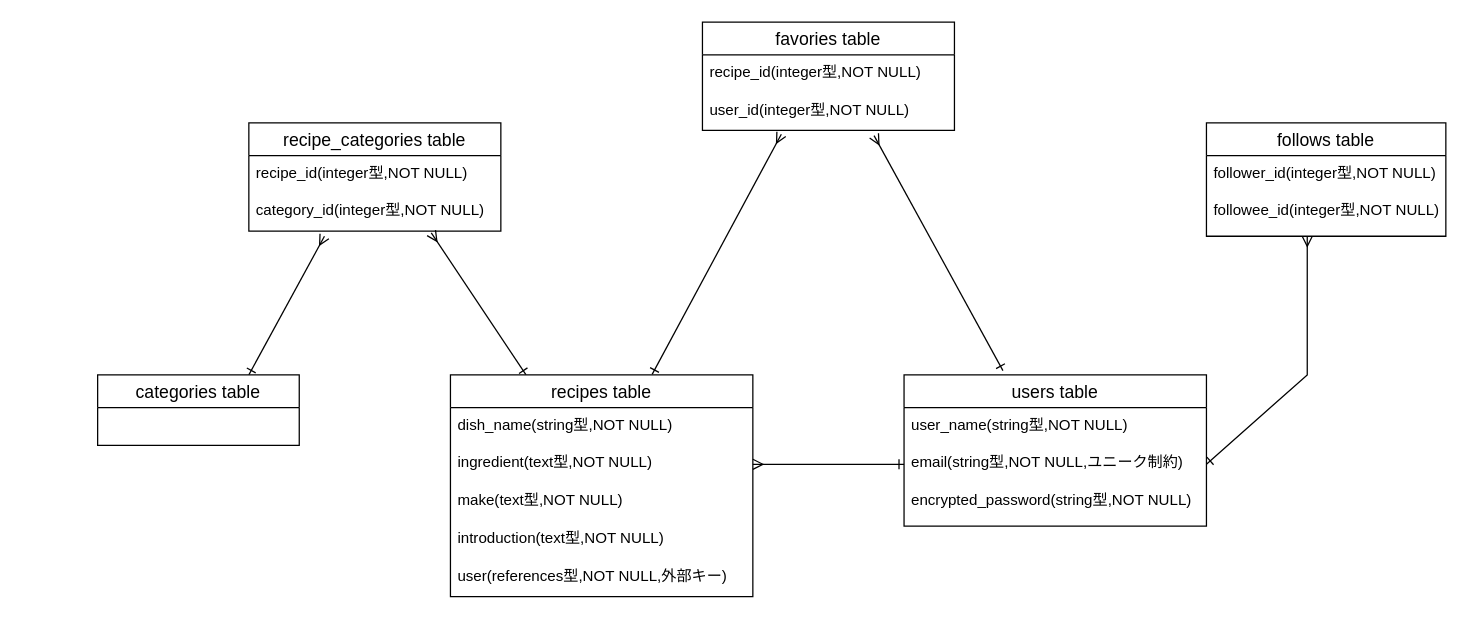
yyhoshino/babyfoodrecipe keeps this draw.io diagram as babyfoodrecipe.dio. Above is the earlier version. Source tidied: cells renumbered, new cells numbered last; positions are measured from the earlier drawing's top-left corner, leaving out a move shared by most shapes. Both pictures are drawn from the tidied source at 126%, with x=0, y=0 at pixel (97, 21).
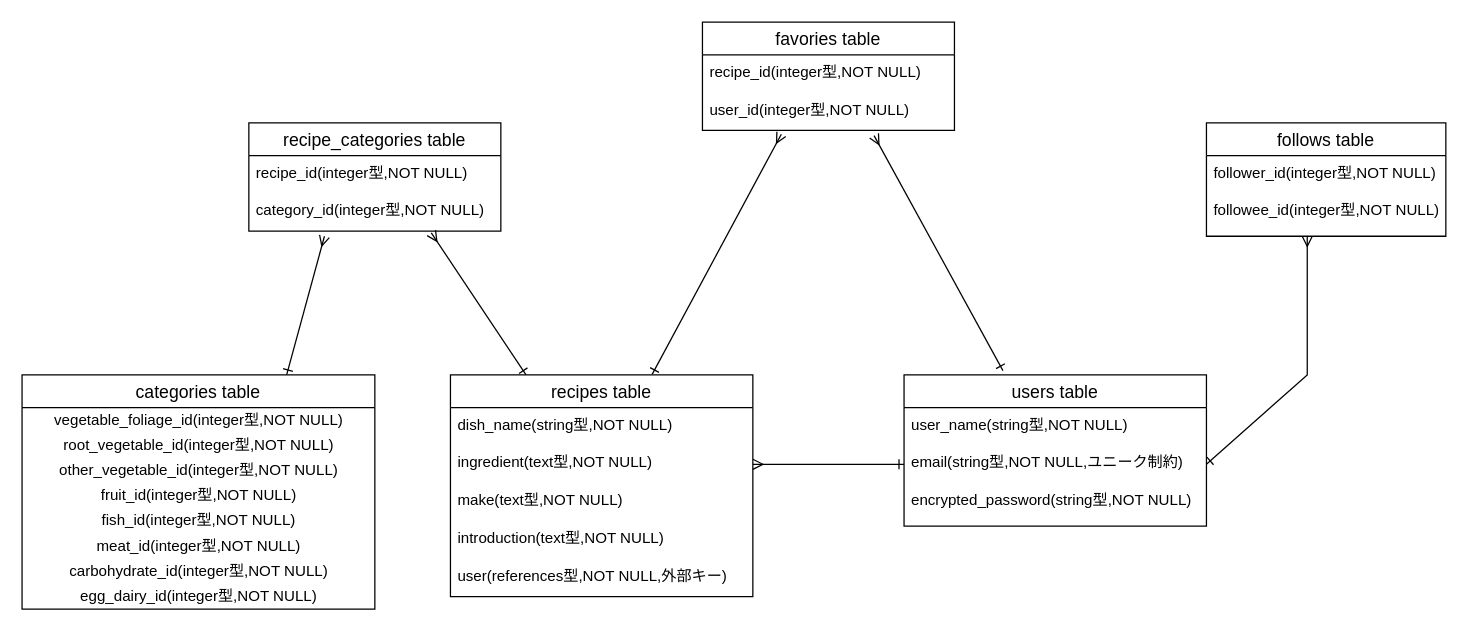
The same page after the edit.

Commit message (it also covers changes not shown here):
ER図、READMEの修正

Diff of the diagram source:
```diff
@@
     <mxCell id="25" value="categories table" style="swimlane;fontStyle=0;horizontal=1;startSize=26;align=center;fontSize=14;" parent="1" vertex="1">
-      <mxGeometry y="280" width="160" height="56" as="geometry" />
+      <mxGeometry x="-60" y="280" width="280" height="186" as="geometry" />
     </mxCell>
+    <mxCell id="28" value="vegetable_foliage_id(integer型,NOT NULL)" style="text;html=1;align=center;verticalAlign=middle;strokeColor=none;fillColor=none;" parent="25" vertex="1">
+      <mxGeometry y="26" width="280" height="20" as="geometry" />
+    </mxCell>
+    <mxCell id="29" value="root_vegetable_id(integer型,NOT NULL)" style="text;html=1;align=center;verticalAlign=middle;strokeColor=none;fillColor=none;" parent="25" vertex="1">
+      <mxGeometry y="46" width="280" height="20" as="geometry" />
+    </mxCell>
+    <mxCell id="30" value="other_vegetable_id(integer型,NOT NULL)" style="text;html=1;align=center;verticalAlign=middle;strokeColor=none;fillColor=none;" parent="25" vertex="1">
+      <mxGeometry y="66" width="280" height="20" as="geometry" />
+    </mxCell>
+    <mxCell id="31" value="fruit_id(integer型,NOT NULL)" style="text;html=1;align=center;verticalAlign=middle;strokeColor=none;fillColor=none;" parent="25" vertex="1">
+      <mxGeometry y="86" width="280" height="20" as="geometry" />
+    </mxCell>
+    <mxCell id="32" value="fish_id(integer型,NOT NULL)" style="text;html=1;align=center;verticalAlign=middle;strokeColor=none;fillColor=none;" parent="25" vertex="1">
+      <mxGeometry y="106" width="280" height="20" as="geometry" />
+    </mxCell>
+    <mxCell id="33" value="meat_id(integer型,NOT NULL)" style="text;html=1;align=center;verticalAlign=middle;strokeColor=none;fillColor=none;" parent="25" vertex="1">
+      <mxGeometry y="126" width="280" height="20" as="geometry" />
+    </mxCell>
+    <mxCell id="34" value="carbohydrate_id(integer型,NOT NULL)" style="text;html=1;align=center;verticalAlign=middle;strokeColor=none;fillColor=none;" parent="25" vertex="1">
+      <mxGeometry y="146" width="280" height="20" as="geometry" />
+    </mxCell>
+    <mxCell id="35" value="egg_dairy_id(integer型,NOT NULL)" style="text;html=1;align=center;verticalAlign=middle;strokeColor=none;fillColor=none;" parent="25" vertex="1">
+      <mxGeometry y="166" width="280" height="20" as="geometry" />
+    </mxCell>
```
